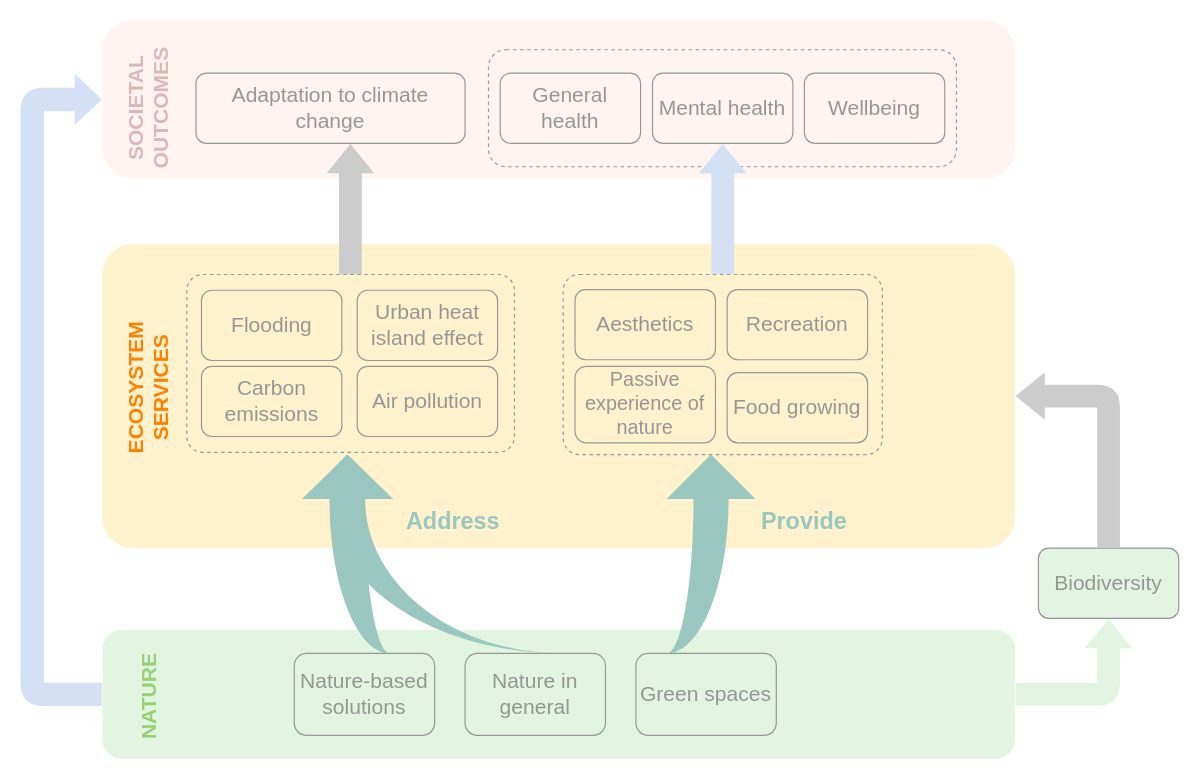
Earlier version of the draw.io diagram PercRoleNature.drawio (nadasaidi/automatic-funicular). Source tidied: cells renumbered, new cells numbered last; positions are measured from the earlier drawing's top-left corner, leaving out a move shared by most shapes. Both pictures are drawn from the tidied source at 117%, with x=0, y=0 at pixel (32, 20).
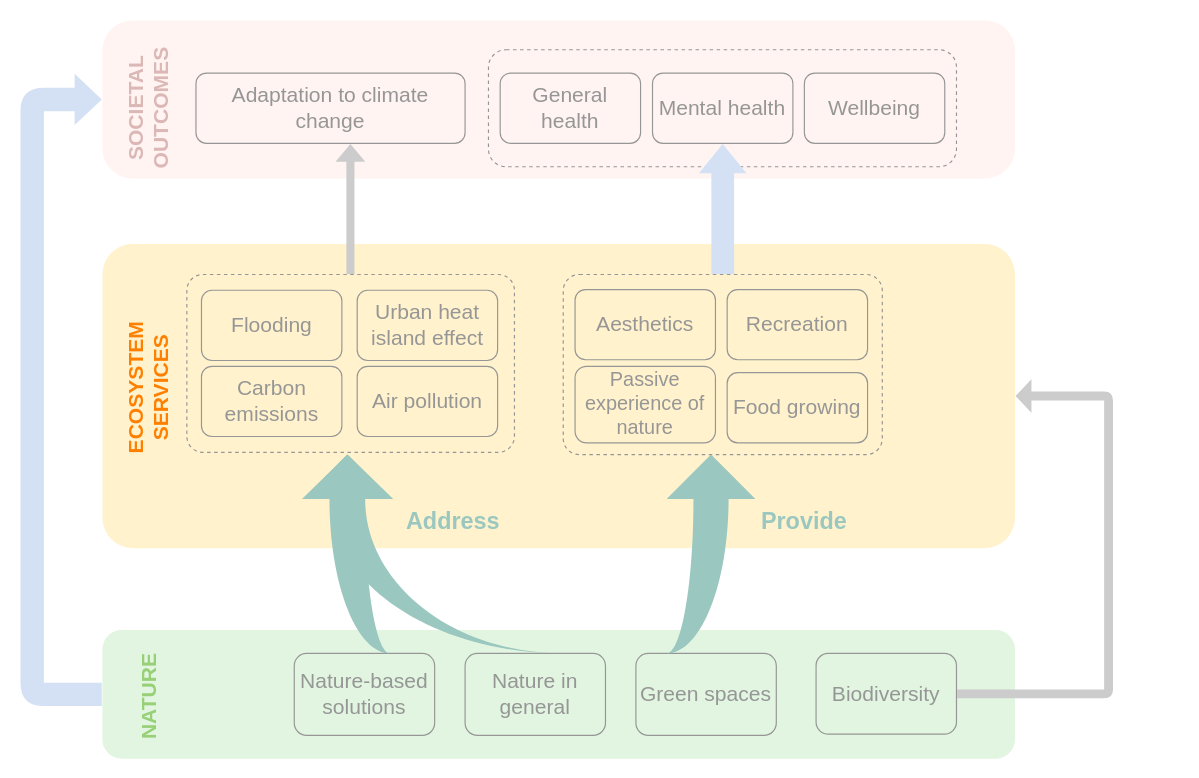
Above is the later version.

Unchanged cells that the change refers to:
```xml
<mxCell id="3" style="rounded=1;whiteSpace=wrap;html=1;fontFamily=CMU Sans Serif;FType=g;fontSize=16;strokeColor=none;fillColor=#E1F5E0;" parent="1" vertex="1">
  <mxGeometry x="60" y="521" width="780" height="110" as="geometry" />
</mxCell>
<mxCell id="5" style="rounded=1;whiteSpace=wrap;html=1;fontFamily=CMU Sans Serif;fontSize=18;strokeColor=none;fillColor=#FFF2CC;arcSize=10;" parent="1" vertex="1">
  <mxGeometry x="60" y="191" width="780" height="260" as="geometry" />
</mxCell>
```

Change to the diagram source:
```diff
@@
     <mxCell id="19" value="Biodiversity" style="rounded=1;whiteSpace=wrap;html=1;fontFamily=CMU Sans Serif;FType=g;fontSize=18;fillColor=#E1F5E0;fontColor=#969696;strokeColor=#969696;" parent="1" vertex="1">
-      <mxGeometry x="860" y="451" width="120" height="60" as="geometry" />
+      <mxGeometry x="670" y="541" width="120" height="69" as="geometry" />
     </mxCell>
@@
-    <mxCell id="32" style="edgeStyle=orthogonalEdgeStyle;shape=flexArrow;rounded=1;jettySize=auto;html=1;exitX=1;exitY=0.5;exitDx=0;exitDy=0;shadow=0;fontFamily=CMU Sans Serif;fontSize=18;strokeColor=none;width=19.444444444444443;endSize=8;endWidth=20.15432098765432;fillColor=#E1F5E0;" parent="1" edge="1" source="3" target="19">
-      <mxGeometry relative="1" as="geometry" />
-    </mxCell>
-    <mxCell id="33" style="edgeStyle=orthogonalEdgeStyle;shape=flexArrow;rounded=1;jettySize=auto;html=1;exitX=0.5;exitY=0;exitDx=0;exitDy=0;shadow=0;fontFamily=CMU Sans Serif;fontSize=18;strokeColor=none;fillColor=#CCCCCC;width=19.444444444444443;endSize=8;endWidth=20.15432098765432;entryX=1;entryY=0.5;entryDx=0;entryDy=0;" parent="1" edge="1" source="19" target="5">
+    <mxCell id="33" style="edgeStyle=orthogonalEdgeStyle;shape=flexArrow;rounded=1;jettySize=auto;html=1;exitX=1;exitY=0.5;exitDx=0;exitDy=0;shadow=0;fontFamily=CMU Sans Serif;fontSize=18;strokeColor=none;fillColor=#CCCCCC;width=7.586206896551724;endSize=4.1931034482758625;endWidth=20.15432098765432;entryX=1;entryY=0.5;entryDx=0;entryDy=0;" parent="1" edge="1" source="19" target="5">
       <mxGeometry relative="1" as="geometry">
         <Array as="points">
+          <mxPoint x="920" y="576" />
           <mxPoint x="920" y="321" />
         </Array>
       </mxGeometry>
     </mxCell>
@@
-    <mxCell id="36" style="edgeStyle=orthogonalEdgeStyle;shape=flexArrow;rounded=1;orthogonalLoop=1;jettySize=auto;html=1;exitX=0.5;exitY=0;exitDx=0;exitDy=0;shadow=0;fontFamily=CMU Sans Serif;fontSize=18;strokeColor=none;width=19.444444444444443;endSize=8;endWidth=20.15432098765432;entryX=0.5;entryY=1;entryDx=0;entryDy=0;fillColor=#CCCCCC;" parent="1" edge="1">
+    <mxCell id="36" style="edgeStyle=orthogonalEdgeStyle;shape=flexArrow;rounded=1;orthogonalLoop=1;jettySize=auto;html=1;exitX=0.5;exitY=0;exitDx=0;exitDy=0;shadow=0;fontFamily=CMU Sans Serif;fontSize=18;strokeColor=none;width=6.8965517241379315;endSize=4.7379310344827585;endWidth=17.577854671280278;entryX=0.5;entryY=1;entryDx=0;entryDy=0;fillColor=#CCCCCC;" parent="1" edge="1">
       <mxGeometry relative="1" as="geometry">
         <mxPoint x="272" y="217.1" as="sourcePoint" />
         <mxPoint x="272" y="105" as="targetPoint" />
         <Array as="points">
           <mxPoint x="271.8" y="217" />
         </Array>
       </mxGeometry>
     </mxCell>
```
